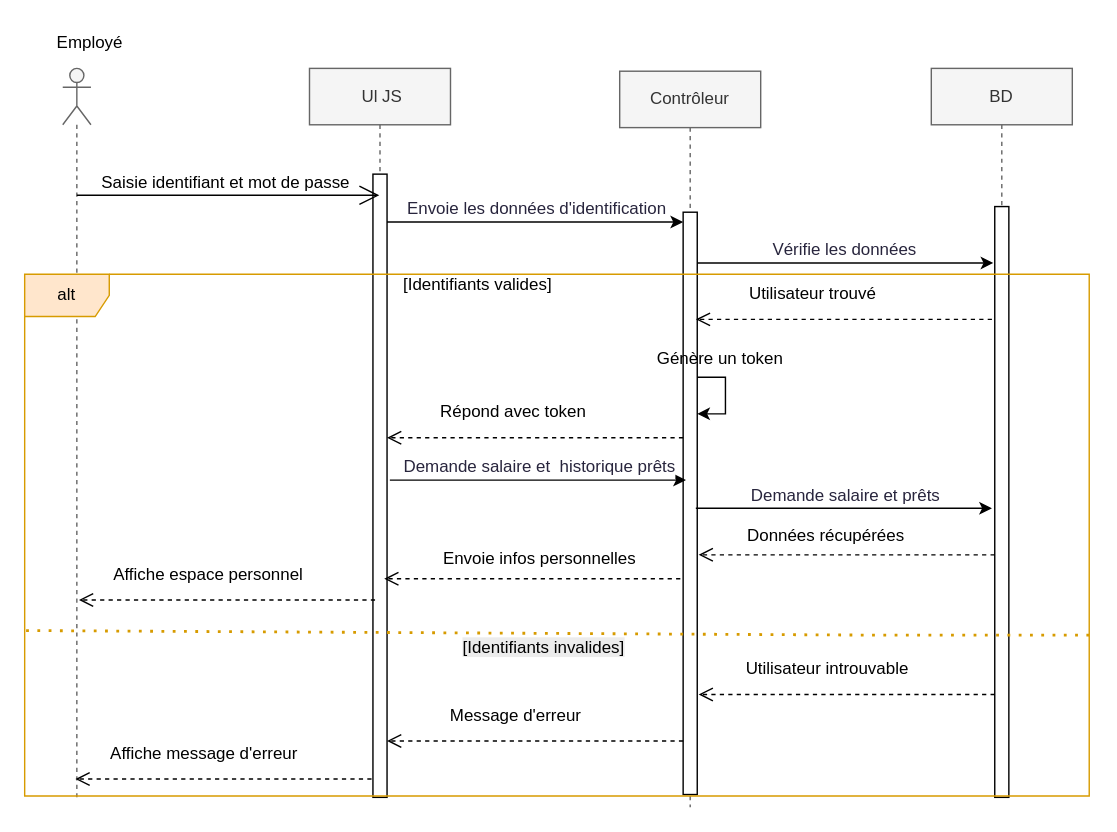
This is Diagramme sans nom.drawio from nourmef/nour, a draw.io file, before an edit. Source tidied: cells renumbered, new cells numbered last; positions are measured from the earlier drawing's top-left corner, leaving out a move shared by most shapes. Both pictures are drawn from the tidied source at 141%, with x=0, y=0 at pixel (24, 24).
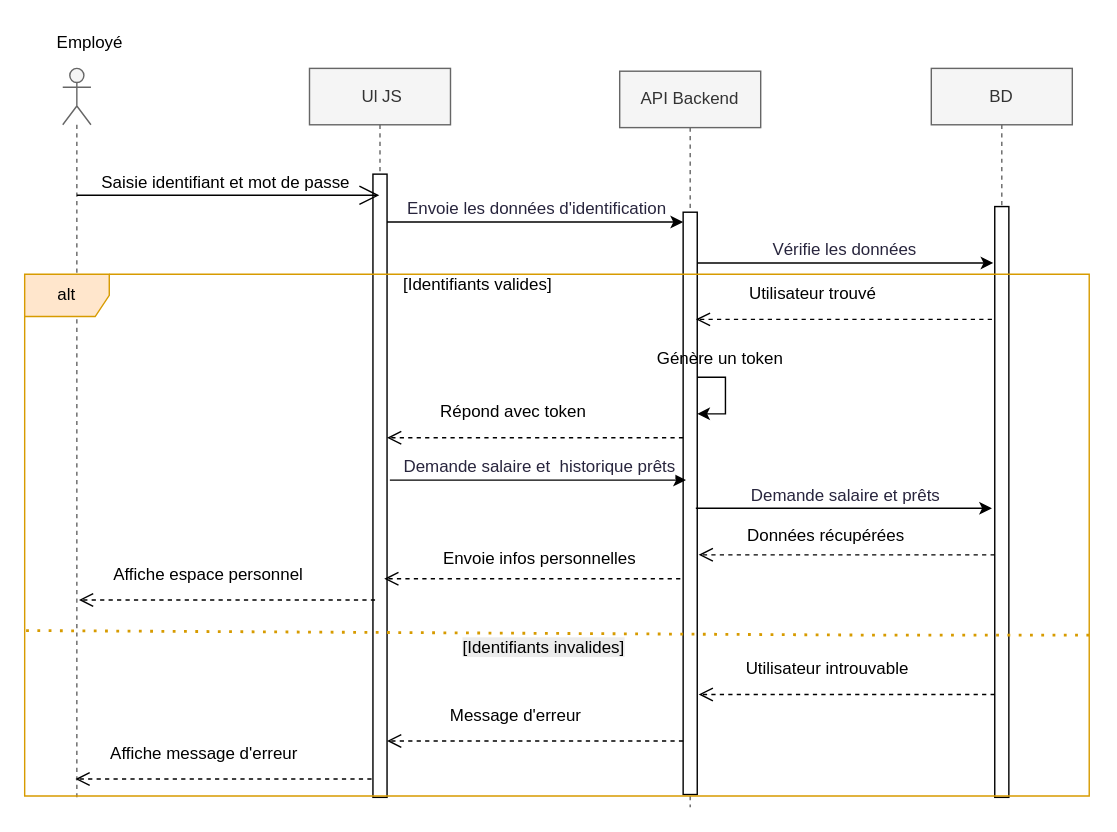
After the change.

Commit message:
Mettre à jour Diagramme sans nom.drawio

The edit, as a diff of the source:
```diff
@@
-    <mxCell id="12" value="Contrôleur" style="shape=umlLifeline;perimeter=lifelinePerimeter;whiteSpace=wrap;html=1;newEdgeStyle={&quot;curved&quot;:0,&quot;rounded&quot;:0};fillColor=#f5f5f5;fontColor=#333333;strokeColor=#666666;" parent="1" vertex="1">
+    <mxCell id="12" value="API Backend" style="shape=umlLifeline;perimeter=lifelinePerimeter;whiteSpace=wrap;html=1;newEdgeStyle={&quot;curved&quot;:0,&quot;rounded&quot;:0};fillColor=#f5f5f5;fontColor=#333333;strokeColor=#666666;" parent="1" vertex="1">
       <mxGeometry x="422" y="33" width="100" height="522" as="geometry" />
     </mxCell>
```
